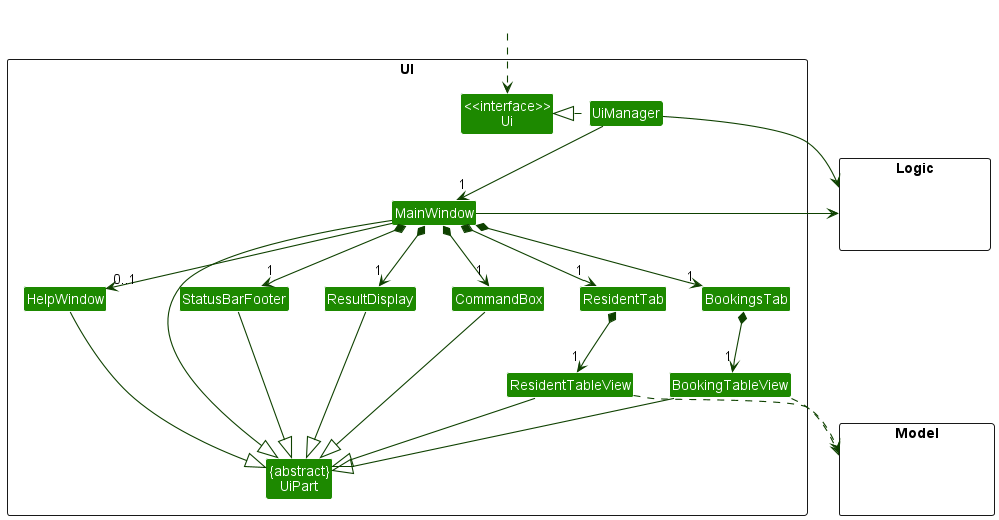
Above: docs/images/UiClassDiagram.png in nus-cs2103-AY2223S1/tp (PlantUML), before the change.
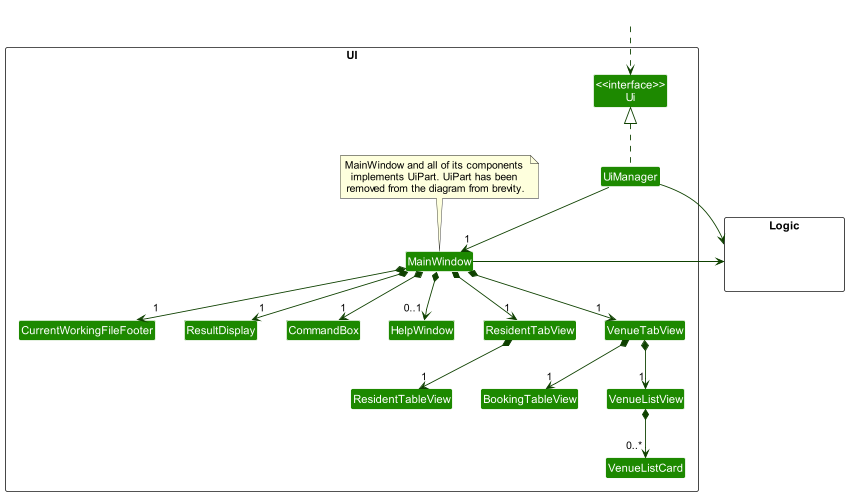
Later version of the same file.

Change to the diagram source:
```diff
@@ -6,21 +6,19 @@
 
 package UI <<Rectangle>>{
 Class "<<interface>>\nUi" as Ui
-Class "{abstract}\nUiPart" as UiPart
 Class UiManager
 Class MainWindow
 Class HelpWindow
 Class ResultDisplay
-Class ResidentTab
-Class BookingsTab
+Class ResidentTabView
+Class VenueTabView
 Class ResidentTableView
 Class BookingTableView
-Class StatusBarFooter
+Class CurrentWorkingFileFooter
 Class CommandBox
-}
-
-package Model <<Rectangle>> {
-Class HiddenModel #FFFFFF
+Class VenueListView
+Class VenueListCard
+note top of MainWindow : MainWindow and all of its components \nimplements UiPart. UiPart has been \nremoved from the diagram from brevity.
 }
 
 package Logic <<Rectangle>> {
@@ -30,35 +28,27 @@
 Class HiddenOutside #FFFFFF
 HiddenOutside ..> Ui
 
-UiManager .left.|> Ui
+UiManager .up.|> Ui
 UiManager -down-> "1" MainWindow
-MainWindow *-down-> "1" ResidentTab
-MainWindow *-down-> "1" BookingsTab
+
+MainWindow *-down-> "1" ResidentTabView
+MainWindow *-down-> "1" VenueTabView
 MainWindow *-down->  "1" CommandBox
 MainWindow *-down-> "1" ResultDisplay
-MainWindow *-down-> "1" StatusBarFooter
-MainWindow --> "0..1" HelpWindow
+MainWindow *-down-> "1" CurrentWorkingFileFooter
+MainWindow *--> "0..1" HelpWindow
 
-ResidentTab *-down-> "1" ResidentTableView
-BookingsTab *-down-> "1" BookingTableView
+ResidentTabView *-down-> "1" ResidentTableView
+VenueTabView *-down-> "1" BookingTableView
+VenueTabView *-down-> "1" VenueListView
+VenueListView *-down-> "0..*" VenueListCard
 
-MainWindow -left-|> UiPart
-
-ResultDisplay --|> UiPart
-CommandBox --|> UiPart
-ResidentTableView --|> UiPart
-BookingTableView --|> UiPart
-StatusBarFooter --|> UiPart
-HelpWindow --|> UiPart
-
-ResidentTableView ..> Model
-BookingTableView ..> Model
 UiManager -right-> Logic
-MainWindow -left-> Logic
+MainWindow -right-> Logic
 
 HelpWindow -[hidden]left- CommandBox
 CommandBox -[hidden]left- ResultDisplay
-ResultDisplay -[hidden]left- StatusBarFooter
+ResultDisplay -[hidden]left- CurrentWorkingFileFooter
 
-MainWindow -[hidden]-|> UiPart
+
 @enduml
```
